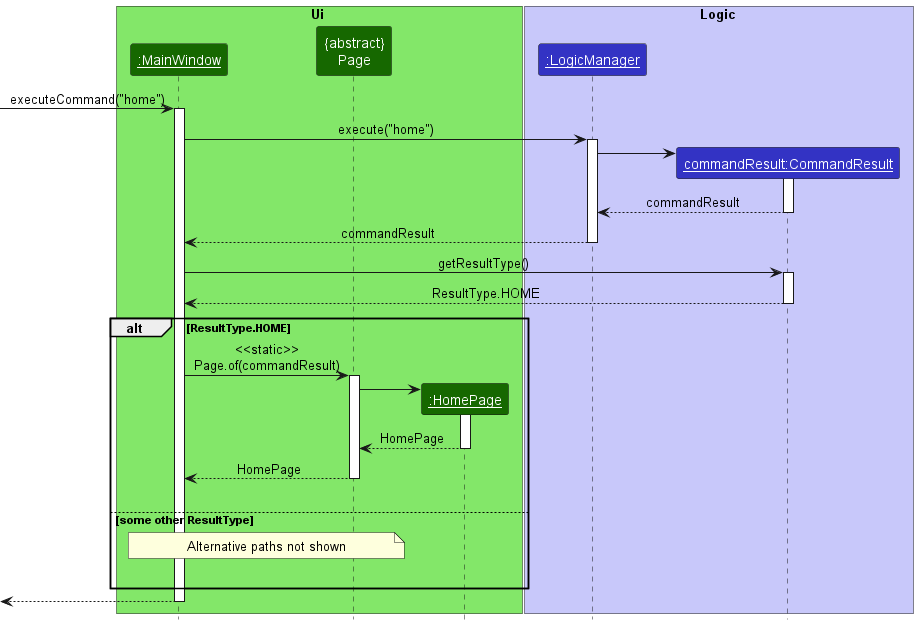
nus-cs2103-AY2223S2/tp keeps this PlantUML diagram as docs/images/PageSequenceDiagram.png. Above is the earlier version. Source of this version:
```plantuml
@startuml
!include style.puml

box Ui UI_COLOR_T1
participant "__:MainWindow__" as MainWindow UI_COLOR_T3
participant "{abstract}\nPage" as Page UI_COLOR_T3
participant "__:HomePage__" as HomePage UI_COLOR_T3

end box
box Logic LOGIC_COLOR_T1
participant "__:LogicManager__" as LogicManager LOGIC_COLOR
participant "__commandResult:CommandResult__" as CommandResult LOGIC_COLOR
end box

[-> MainWindow : executeCommand("home")
activate MainWindow

MainWindow -> LogicManager : execute("home")
activate LogicManager

create CommandResult
LogicManager -> CommandResult
activate CommandResult

CommandResult --> LogicManager : commandResult
deactivate CommandResult

LogicManager --> MainWindow : commandResult
deactivate LogicManager

MainWindow-> CommandResult : getResultType()
activate CommandResult

CommandResult --> MainWindow :  ResultType.HOME
deactivate

alt ResultType.HOME
MainWindow -> Page : <<static>>\nPage.of(commandResult)
activate Page

create HomePage
Page -> HomePage
activate HomePage

HomePage --> Page : HomePage
deactivate HomePage

Page --> MainWindow : HomePage
deactivate Page
|||
else some other ResultType

note over MainWindow, Page: Alternative paths not shown
|||

end

[<--MainWindow
deactivate MainWindow

@enduml
```
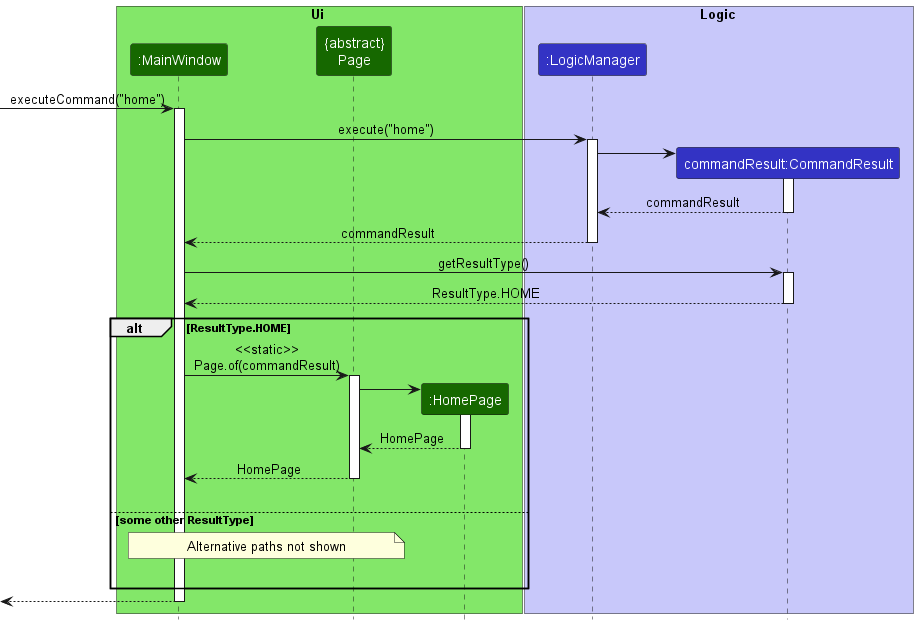
Later version of the same file.

Commit message:
Update Sequence Diagrams

Change to the diagram source:
```diff
@@ -2,14 +2,14 @@
 !include style.puml
 
 box Ui UI_COLOR_T1
-participant "__:MainWindow__" as MainWindow UI_COLOR_T3
+participant ":MainWindow" as MainWindow UI_COLOR_T3
 participant "{abstract}\nPage" as Page UI_COLOR_T3
-participant "__:HomePage__" as HomePage UI_COLOR_T3
+participant ":HomePage" as HomePage UI_COLOR_T3
 
 end box
 box Logic LOGIC_COLOR_T1
-participant "__:LogicManager__" as LogicManager LOGIC_COLOR
-participant "__commandResult:CommandResult__" as CommandResult LOGIC_COLOR
+participant ":LogicManager" as LogicManager LOGIC_COLOR
+participant "commandResult:CommandResult" as CommandResult LOGIC_COLOR
 end box
 
 [-> MainWindow : executeCommand("home")
```
